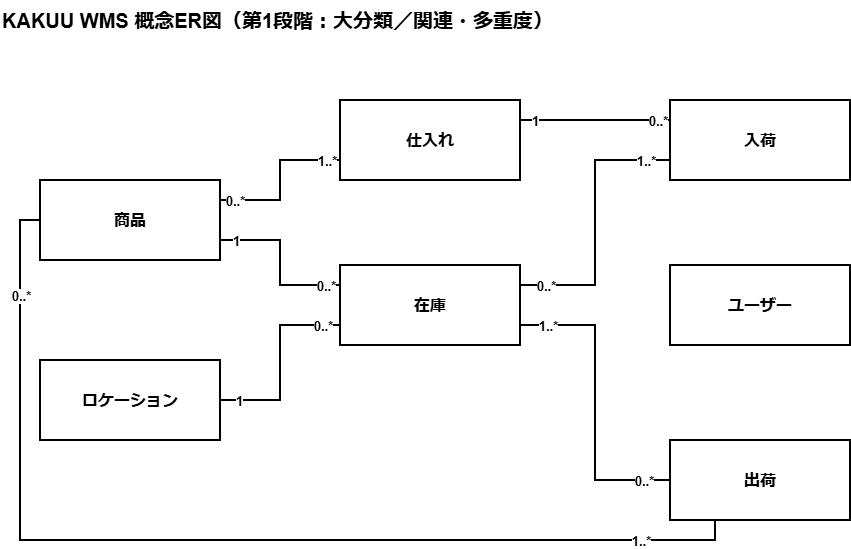
Before: docs/3_要件定義/06_概念ER図/png/KAKUU_WMS_概念ER図_第1段階_線・多重度追加.drawio.png, a diagram exported from draw.io (hino-115/kakuu-wms). Source tidied: cells renumbered, new cells last; positions are measured from the earlier drawing's top-left corner, leaving out a move shared by most shapes. The source it was exported from:
```xml
<mxGraphModel>
  <root>
    <mxCell id="0" />
    <mxCell id="1" parent="0" />
    <mxCell id="2" value="KAKUU WMS 概念ER図（第1段階：大分類／関連・多重度）" style="text;html=1;strokeColor=none;fillColor=none;align=left;verticalAlign=middle;whiteSpace=wrap;rounded=0;fontSize=20;fontStyle=1;" parent="1" vertex="1">
      <mxGeometry width="620" height="40" as="geometry" />
    </mxCell>
    <mxCell id="3" value="商品" style="rounded=0;whiteSpace=wrap;html=1;fillColor=#ffffff;strokeColor=#000000;strokeWidth=2;fontSize=16;fontStyle=1;align=center;verticalAlign=middle;" parent="1" vertex="1">
      <mxGeometry x="40" y="180" width="180" height="80" as="geometry" />
    </mxCell>
    <mxCell id="4" value="仕入れ" style="rounded=0;whiteSpace=wrap;html=1;fillColor=#ffffff;strokeColor=#000000;strokeWidth=2;fontSize=16;fontStyle=1;align=center;verticalAlign=middle;" parent="1" vertex="1">
      <mxGeometry x="340" y="100" width="180" height="80" as="geometry" />
    </mxCell>
    <mxCell id="5" value="入荷" style="rounded=0;whiteSpace=wrap;html=1;fillColor=#ffffff;strokeColor=#000000;strokeWidth=2;fontSize=16;fontStyle=1;align=center;verticalAlign=middle;" parent="1" vertex="1">
      <mxGeometry x="670" y="100" width="180" height="80" as="geometry" />
    </mxCell>
    <mxCell id="6" value="在庫" style="rounded=0;whiteSpace=wrap;html=1;fillColor=#ffffff;strokeColor=#000000;strokeWidth=2;fontSize=16;fontStyle=1;align=center;verticalAlign=middle;" parent="1" vertex="1">
      <mxGeometry x="340" y="265" width="180" height="80" as="geometry" />
    </mxCell>
    <mxCell id="7" value="出荷" style="rounded=0;whiteSpace=wrap;html=1;fillColor=#ffffff;strokeColor=#000000;strokeWidth=2;fontSize=16;fontStyle=1;align=center;verticalAlign=middle;" parent="1" vertex="1">
      <mxGeometry x="670" y="440" width="180" height="80" as="geometry" />
    </mxCell>
    <mxCell id="8" value="ロケーション" style="rounded=0;whiteSpace=wrap;html=1;fillColor=#ffffff;strokeColor=#000000;strokeWidth=2;fontSize=16;fontStyle=1;align=center;verticalAlign=middle;" parent="1" vertex="1">
      <mxGeometry x="40" y="360" width="180" height="80" as="geometry" />
    </mxCell>
    <mxCell id="9" value="ユーザー" style="rounded=0;whiteSpace=wrap;html=1;fillColor=#ffffff;strokeColor=#000000;strokeWidth=2;fontSize=16;fontStyle=1;align=center;verticalAlign=middle;" parent="1" vertex="1">
      <mxGeometry x="670" y="265" width="180" height="80" as="geometry" />
    </mxCell>
    <mxCell id="10" style="edgeStyle=orthogonalEdgeStyle;rounded=0;jettySize=auto;html=1;endArrow=none;startArrow=none;strokeWidth=2;exitX=1;exitY=0.25;entryX=0;entryY=0.75;" parent="1" edge="1" source="3" target="4">
      <mxGeometry relative="1" as="geometry" />
    </mxCell>
    <mxCell id="11" value="0..*" style="edgeLabel;html=1;align=center;verticalAlign=middle;fontSize=13;fontStyle=1;labelBackgroundColor=#ffffff;" parent="10" vertex="1">
      <mxGeometry x="-0.82" relative="1" as="geometry" />
    </mxCell>
    <mxCell id="12" value="1..*" style="edgeLabel;html=1;align=center;verticalAlign=middle;fontSize=13;fontStyle=1;labelBackgroundColor=#ffffff;" parent="10" vertex="1">
      <mxGeometry x="0.82" relative="1" as="geometry" />
    </mxCell>
    <mxCell id="13" style="edgeStyle=orthogonalEdgeStyle;rounded=0;jettySize=auto;html=1;endArrow=none;startArrow=none;strokeWidth=2;exitX=1;exitY=0.25;entryX=0;entryY=0.25;" parent="1" edge="1" source="4" target="5">
      <mxGeometry relative="1" as="geometry" />
    </mxCell>
    <mxCell id="14" value="1" style="edgeLabel;html=1;align=center;verticalAlign=middle;fontSize=13;fontStyle=1;labelBackgroundColor=#ffffff;" parent="13" vertex="1">
      <mxGeometry x="-0.82" relative="1" as="geometry" />
    </mxCell>
    <mxCell id="15" value="0..*" style="edgeLabel;html=1;align=center;verticalAlign=middle;fontSize=13;fontStyle=1;labelBackgroundColor=#ffffff;" parent="13" vertex="1">
      <mxGeometry x="0.82" relative="1" as="geometry" />
    </mxCell>
    <mxCell id="16" style="edgeStyle=orthogonalEdgeStyle;rounded=0;jettySize=auto;html=1;endArrow=none;startArrow=none;strokeWidth=2;exitX=1;exitY=0.75;entryX=0;entryY=0.25;" parent="1" edge="1" source="3" target="6">
      <mxGeometry relative="1" as="geometry" />
    </mxCell>
    <mxCell id="17" value="1" style="edgeLabel;html=1;align=center;verticalAlign=middle;fontSize=13;fontStyle=1;labelBackgroundColor=#ffffff;" parent="16" vertex="1">
      <mxGeometry x="-0.82" relative="1" as="geometry" />
    </mxCell>
    <mxCell id="18" value="0..*" style="edgeLabel;html=1;align=center;verticalAlign=middle;fontSize=13;fontStyle=1;labelBackgroundColor=#ffffff;" parent="16" vertex="1">
      <mxGeometry x="0.82" relative="1" as="geometry" />
    </mxCell>
    <mxCell id="19" style="edgeStyle=orthogonalEdgeStyle;rounded=0;jettySize=auto;html=1;endArrow=none;startArrow=none;strokeWidth=2;exitX=1;exitY=0.5;entryX=0;entryY=0.75;" parent="1" edge="1" source="8" target="6">
      <mxGeometry relative="1" as="geometry" />
    </mxCell>
    <mxCell id="20" value="1" style="edgeLabel;html=1;align=center;verticalAlign=middle;fontSize=13;fontStyle=1;labelBackgroundColor=#ffffff;" parent="19" vertex="1">
      <mxGeometry x="-0.82" relative="1" as="geometry" />
    </mxCell>
    <mxCell id="21" value="0..*" style="edgeLabel;html=1;align=center;verticalAlign=middle;fontSize=13;fontStyle=1;labelBackgroundColor=#ffffff;" parent="19" vertex="1">
      <mxGeometry x="0.82" relative="1" as="geometry" />
    </mxCell>
    <mxCell id="22" style="edgeStyle=orthogonalEdgeStyle;rounded=0;jettySize=auto;html=1;endArrow=none;startArrow=none;strokeWidth=2;exitX=1;exitY=0.75;entryX=0;entryY=0.5;" parent="1" edge="1" source="6" target="7">
      <mxGeometry relative="1" as="geometry" />
    </mxCell>
    <mxCell id="23" value="1..*" style="edgeLabel;html=1;align=center;verticalAlign=middle;fontSize=13;fontStyle=1;labelBackgroundColor=#ffffff;" parent="22" vertex="1">
      <mxGeometry x="-0.82" relative="1" as="geometry" />
    </mxCell>
    <mxCell id="24" value="0..*" style="edgeLabel;html=1;align=center;verticalAlign=middle;fontSize=13;fontStyle=1;labelBackgroundColor=#ffffff;" parent="22" vertex="1">
      <mxGeometry x="0.82" relative="1" as="geometry" />
    </mxCell>
    <mxCell id="25" style="edgeStyle=orthogonalEdgeStyle;rounded=0;jettySize=auto;html=1;endArrow=none;startArrow=none;strokeWidth=2;exitX=0;exitY=0.5;entryX=0.25;entryY=1;exitDx=0;exitDy=0;" parent="1" edge="1" source="3" target="7">
      <mxGeometry relative="1" as="geometry" />
    </mxCell>
    <mxCell id="26" value="0..*" style="edgeLabel;html=1;align=center;verticalAlign=middle;fontSize=13;fontStyle=1;labelBackgroundColor=#ffffff;" parent="25" vertex="1">
      <mxGeometry x="-0.82" relative="1" as="geometry" />
    </mxCell>
    <mxCell id="27" value="1..*" style="edgeLabel;html=1;align=center;verticalAlign=middle;fontSize=13;fontStyle=1;labelBackgroundColor=#ffffff;" parent="25" vertex="1">
      <mxGeometry x="0.82" relative="1" as="geometry" />
    </mxCell>
    <mxCell id="28" style="edgeStyle=orthogonalEdgeStyle;rounded=0;jettySize=auto;html=1;endArrow=none;startArrow=none;strokeWidth=2;exitX=1;exitY=0.25;entryX=0;entryY=0.75;exitDx=0;exitDy=0;entryDx=0;entryDy=0;" parent="1" edge="1" source="6" target="5">
      <mxGeometry relative="1" as="geometry" />
    </mxCell>
    <mxCell id="29" value="0..*" style="edgeLabel;html=1;align=center;verticalAlign=middle;fontSize=13;fontStyle=1;labelBackgroundColor=#ffffff;" parent="28" vertex="1">
      <mxGeometry x="-0.82" relative="1" as="geometry" />
    </mxCell>
    <mxCell id="30" value="1..*" style="edgeLabel;html=1;align=center;verticalAlign=middle;fontSize=13;fontStyle=1;labelBackgroundColor=#ffffff;" parent="28" vertex="1">
      <mxGeometry x="0.82" relative="1" as="geometry" />
    </mxCell>
  </root>
</mxGraphModel>
```
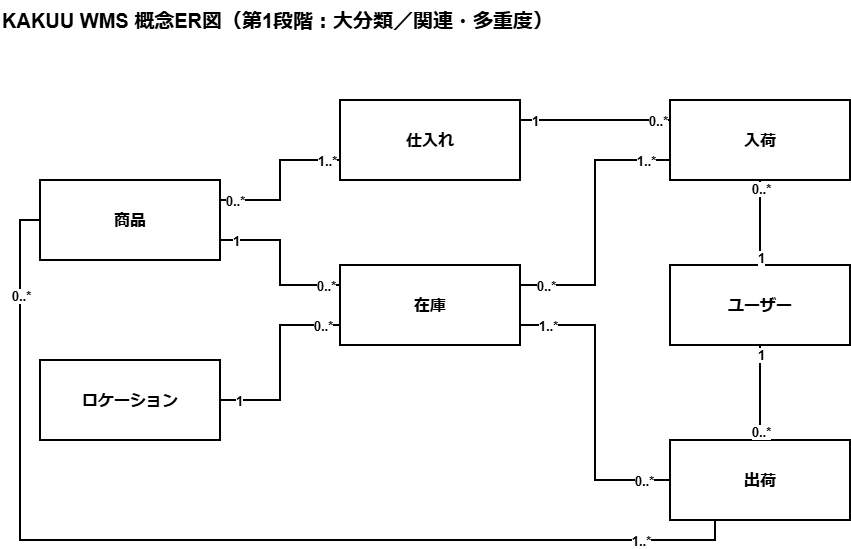
Later version of the same file.

Change to the diagram source:
```diff
@@ -89,5 +89,23 @@
     <mxCell id="30" value="1..*" style="edgeLabel;html=1;align=center;verticalAlign=middle;fontSize=13;fontStyle=1;labelBackgroundColor=#ffffff;" parent="28" vertex="1">
       <mxGeometry x="0.82" relative="1" as="geometry" />
     </mxCell>
+    <mxCell id="31" style="edgeStyle=orthogonalEdgeStyle;rounded=0;jettySize=auto;html=1;endArrow=none;startArrow=none;strokeWidth=2;entryX=0.5;entryY=1;exitX=0.5;exitY=0;exitDx=0;exitDy=0;entryDx=0;entryDy=0;" parent="1" edge="1" source="9" target="5">
+      <mxGeometry relative="1" as="geometry" />
+    </mxCell>
+    <mxCell id="32" value="1" style="edgeLabel;html=1;align=center;verticalAlign=middle;fontSize=13;fontStyle=1;labelBackgroundColor=#ffffff;" parent="31" vertex="1">
+      <mxGeometry x="-0.82" relative="1" as="geometry" />
+    </mxCell>
+    <mxCell id="33" value="0..*" style="edgeLabel;html=1;align=center;verticalAlign=middle;fontSize=13;fontStyle=1;labelBackgroundColor=#ffffff;" parent="31" vertex="1">
+      <mxGeometry x="0.82" relative="1" as="geometry" />
+    </mxCell>
+    <mxCell id="34" style="edgeStyle=orthogonalEdgeStyle;rounded=0;jettySize=auto;html=1;endArrow=none;startArrow=none;strokeWidth=2;entryX=0.5;entryY=0;exitX=0.5;exitY=1;exitDx=0;exitDy=0;entryDx=0;entryDy=0;" parent="1" edge="1" source="9" target="7">
+      <mxGeometry relative="1" as="geometry" />
+    </mxCell>
+    <mxCell id="35" value="1" style="edgeLabel;html=1;align=center;verticalAlign=middle;fontSize=13;fontStyle=1;labelBackgroundColor=#ffffff;" parent="34" vertex="1">
+      <mxGeometry x="-0.82" relative="1" as="geometry" />
+    </mxCell>
+    <mxCell id="36" value="0..*" style="edgeLabel;html=1;align=center;verticalAlign=middle;fontSize=13;fontStyle=1;labelBackgroundColor=#ffffff;" parent="34" vertex="1">
+      <mxGeometry x="0.82" relative="1" as="geometry" />
+    </mxCell>
   </root>
 </mxGraphModel>
```
